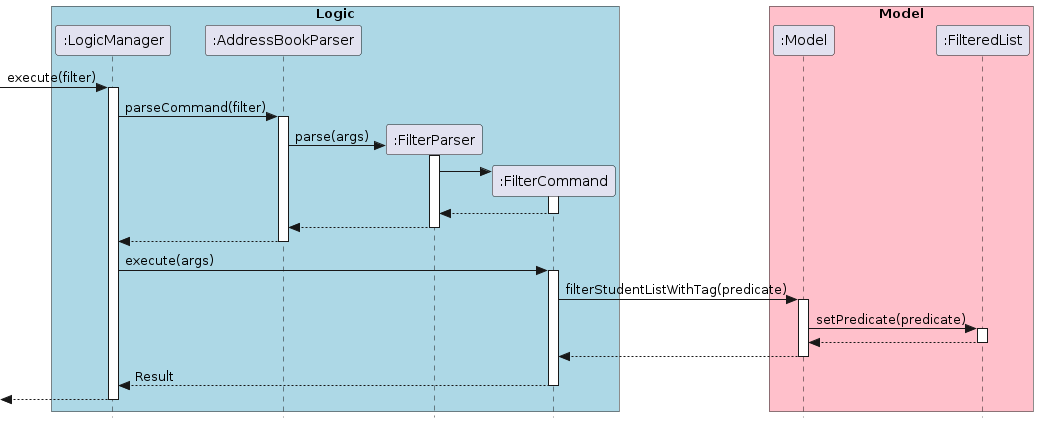
Earlier version of the PlantUML export docs/images/FilterCommandSequenceDiagram.png (nus-cs2103-AY2223S1/tp). Its diagram source:
```plantuml
@startuml
skinparam style strictuml
box "Logic" #LightBlue
participant ":LogicManager" as LM
participant ":AddressBookParser" as ABParser
participant ":FilterParser" as FParser
participant ":FilterCommand" as FilterCommand
end box

box "Model" #Pink
participant ":Model" as Model
participant ":FilteredList" as FL
end box

[-> LM : execute(filter)
activate LM

LM -> ABParser : parseCommand(filter)
activate ABParser

ABParser -> FParser ** : parse(args)
activate FParser

FParser -> FilterCommand **
activate FilterCommand

FilterCommand --> FParser
deactivate FilterCommand

FParser --> ABParser
deactivate FParser

ABParser --> LM
deactivate ABParser

LM -> FilterCommand : execute(args)
activate FilterCommand

FilterCommand -> Model : filterStudentListWithTag(predicate)
activate Model

Model -> FL : setPredicate(predicate)
activate FL

FL --> Model
deactivate FL

Model --> FilterCommand
deactivate Model

FilterCommand --> LM : Result
deactivate FilterCommand

[<--LM
deactivate LM
@enduml
```
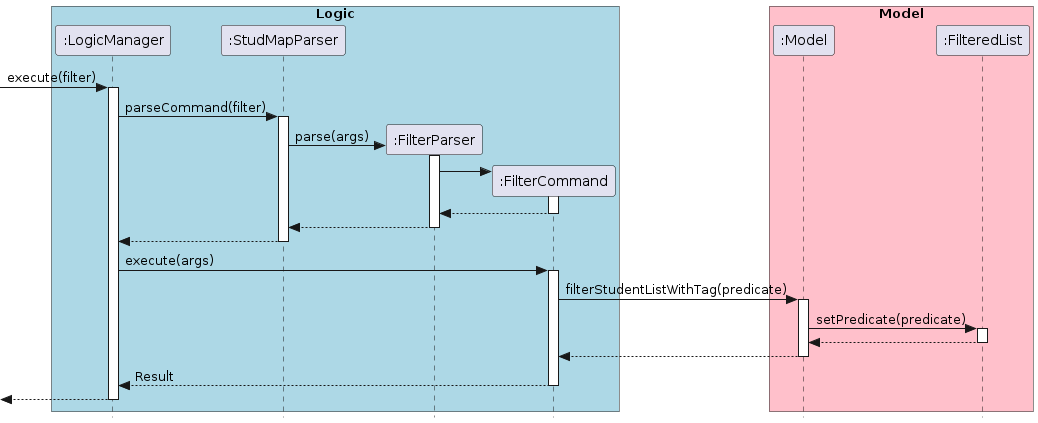
Above is the later version.

Change to the diagram source:
```diff
@@ -2,7 +2,7 @@
 skinparam style strictuml
 box "Logic" #LightBlue
 participant ":LogicManager" as LM
-participant ":AddressBookParser" as ABParser
+participant ":StudMapParser" as ABParser
 participant ":FilterParser" as FParser
 participant ":FilterCommand" as FilterCommand
 end box
```
